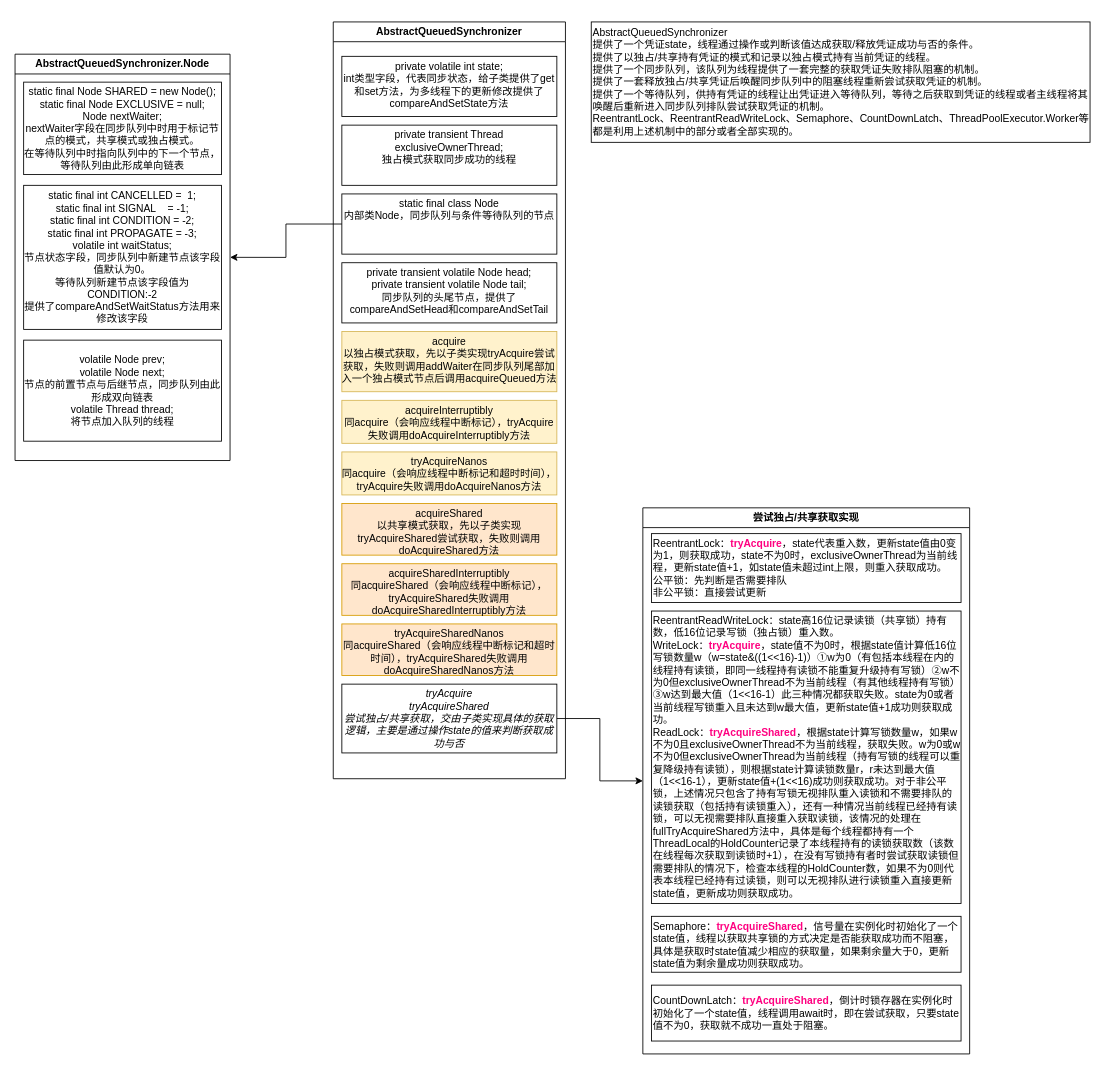
The draw.io diagram AbstractQueuedSynchronizer.drawio in a7956232/drawIOFiles, before the edit. Source tidied: cells renumbered, new cells numbered last; positions are measured from the earlier drawing's top-left corner, leaving out a move shared by most shapes. Both pictures are drawn from the tidied source at 86%, with x=0, y=0 at pixel (15, 22).
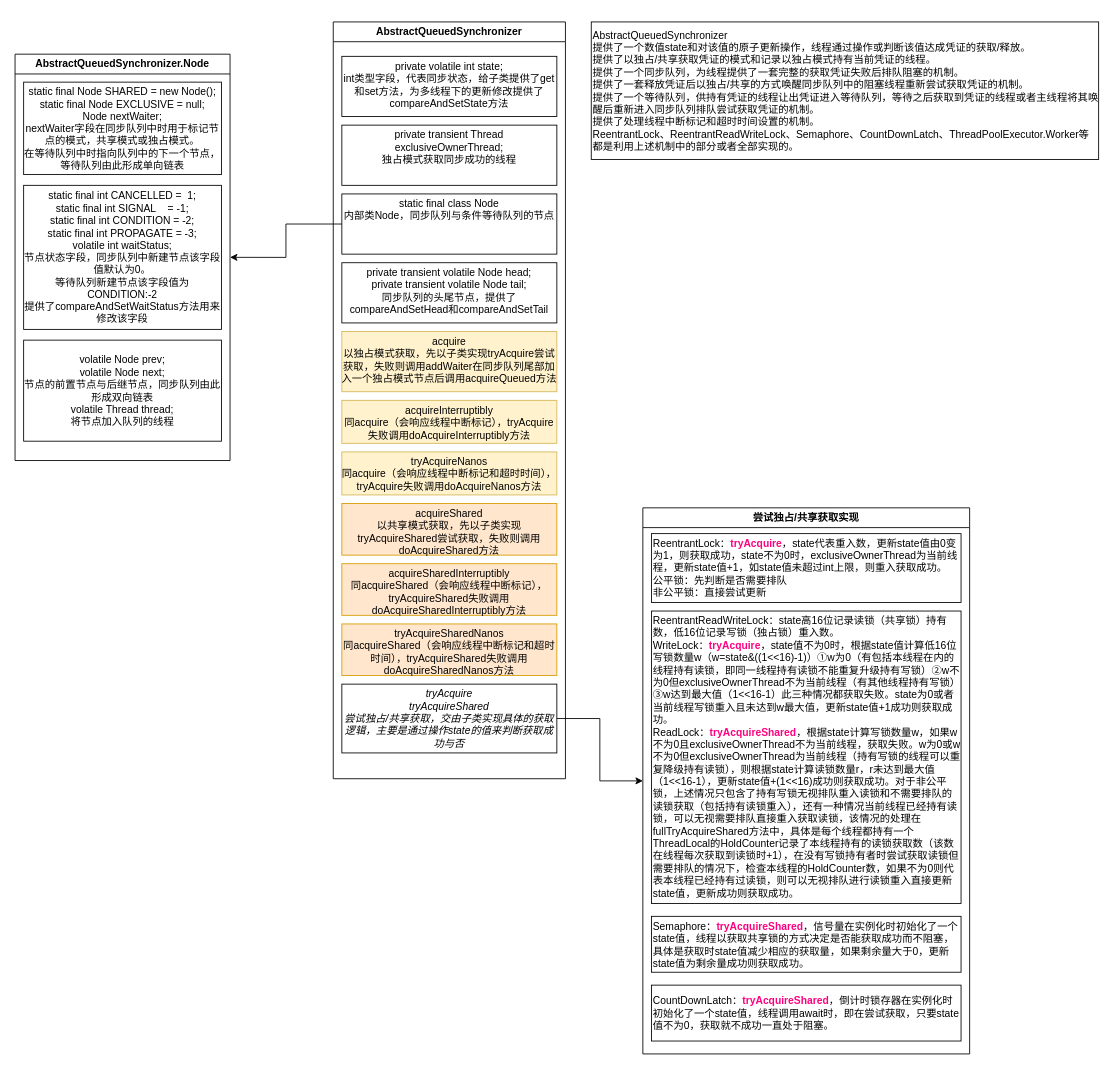
The same diagram, later.

Change to the diagram source:
```diff
@@
-    <mxCell id="25" value="AbstractQueuedSynchronizer&#10;提供了一个凭证state，线程通过操作或判断该值达成获取/释放凭证成功与否的条件。&#10;提供了以独占/共享持有凭证的模式和记录以独占模式持有当前凭证的线程。&#10;提供了一个同步队列，该队列为线程提供了一套完整的获取凭证失败排队阻塞的机制。&#10;提供了一套释放独占/共享凭证后唤醒同步队列中的阻塞线程重新尝试获取凭证的机制。&#10;提供了一个等待队列，供持有凭证的线程让出凭证进入等待队列，等待之后获取到凭证的线程或者主线程将其唤醒后重新进入同步队列排队尝试获取凭证的机制。&#10;ReentrantLock、ReentrantReadWriteLock、Semaphore、CountDownLatch、ThreadPoolExecutor.Worker等都是利用上述机制中的部分或者全部实现的。" style="rounded=0;whiteSpace=wrap;align=left;" parent="1" vertex="1">
-      <mxGeometry x="670" width="580" height="140" as="geometry" />
+    <mxCell id="25" value="AbstractQueuedSynchronizer&#10;提供了一个数值state和对该值的原子更新操作，线程通过操作或判断该值达成凭证的获取/释放。&#10;提供了以独占/共享获取凭证的模式和记录以独占模式持有当前凭证的线程。&#10;提供了一个同步队列，为线程提供了一套完整的获取凭证失败后排队阻塞的机制。&#10;提供了一套释放凭证后以独占/共享的方式唤醒同步队列中的阻塞线程重新尝试获取凭证的机制。&#10;提供了一个等待队列，供持有凭证的线程让出凭证进入等待队列，等待之后获取到凭证的线程或者主线程将其唤醒后重新进入同步队列排队尝试获取凭证的机制。&#10;提供了处理线程中断标记和超时时间设置的机制。&#10;ReentrantLock、ReentrantReadWriteLock、Semaphore、CountDownLatch、ThreadPoolExecutor.Worker等都是利用上述机制中的部分或者全部实现的。" style="rounded=0;whiteSpace=wrap;align=left;" parent="1" vertex="1">
+      <mxGeometry x="670" width="590" height="160" as="geometry" />
     </mxCell>
```
